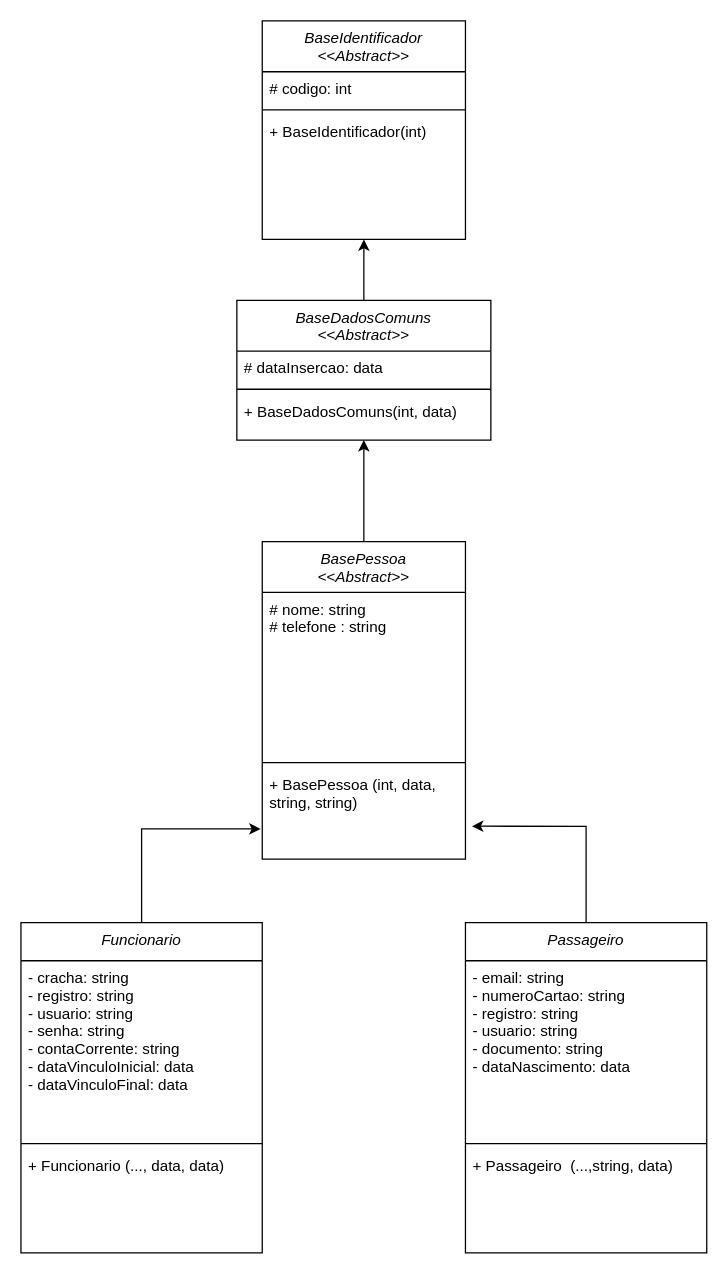
Earlier version of the draw.io diagram DIAGRAMA ATIVIDADE 04.drawio (LipeCoelho21/atividade-04). Source tidied: cells renumbered, new cells numbered last; positions are measured from the earlier drawing's top-left corner, leaving out a move shared by most shapes. Both pictures are drawn from the tidied source at 127%, with x=0, y=0 at pixel (20, 20).
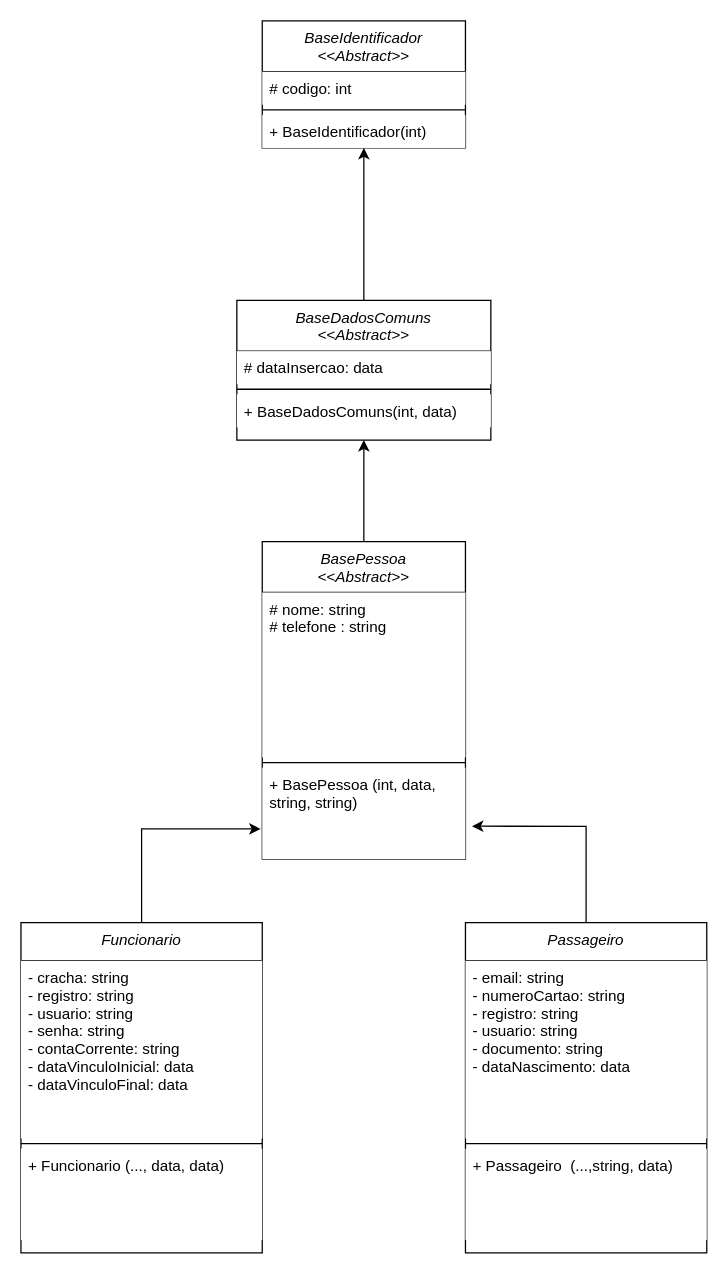
Above is the later version.

The change refers to these unchanged cells:
```xml
<mxCell id="12" value="BasePessoa&#10;&lt;&lt;Abstract&gt;&gt;" style="swimlane;fontStyle=2;align=center;verticalAlign=top;horizontal=1;startSize=40;rounded=0;shadow=0;strokeWidth=1;" parent="1" vertex="1">
  <mxGeometry x="190" y="410" width="160" height="250" as="geometry" />
</mxCell>
<mxCell id="17" value="Funcionario" style="swimlane;fontStyle=2;align=center;verticalAlign=top;horizontal=1;startSize=30;rounded=0;shadow=0;strokeWidth=1;" parent="1" vertex="1">
  <mxGeometry y="710" width="190" height="260" as="geometry" />
</mxCell>
<mxCell id="22" value="Passageiro" style="swimlane;fontStyle=2;align=center;verticalAlign=top;horizontal=1;startSize=30;rounded=0;shadow=0;strokeWidth=1;" parent="1" vertex="1">
  <mxGeometry x="350" y="710" width="190" height="260" as="geometry" />
</mxCell>
```

Diff of the diagram source:
```diff
@@
-    <mxCell id="2" value="BaseIdentificador&#10;&lt;&lt;Abstract&gt;&gt;" style="swimlane;fontStyle=2;align=center;verticalAlign=top;horizontal=1;startSize=40;rounded=0;shadow=0;strokeWidth=1;" parent="1" vertex="1">
-      <mxGeometry x="190" width="160" height="172" as="geometry" />
+    <mxCell id="2" value="BaseIdentificador&#10;&lt;&lt;Abstract&gt;&gt;" style="swimlane;fontStyle=2;align=center;verticalAlign=top;horizontal=1;startSize=40;rounded=0;shadow=0;strokeWidth=1;fillColor=default;strokeColor=default;fillStyle=solid;" parent="1" vertex="1">
+      <mxGeometry x="190" width="160" height="100" as="geometry" />
     </mxCell>
-    <mxCell id="3" value="# codigo: int" style="text;align=left;verticalAlign=top;spacingLeft=4;spacingRight=4;overflow=hidden;" parent="2" vertex="1">
+    <mxCell id="3" value="# codigo: int" style="text;align=left;verticalAlign=top;spacingLeft=4;spacingRight=4;overflow=hidden;fillColor=default;strokeColor=none;fillStyle=solid;" parent="2" vertex="1">
       <mxGeometry y="40" width="160" height="26" as="geometry" />
     </mxCell>
-    <mxCell id="4" style="line;html=1;strokeWidth=1;align=left;verticalAlign=middle;spacingTop=-1;spacingLeft=3;spacingRight=3;labelPosition=right;" parent="2" vertex="1">
+    <mxCell id="4" style="line;html=1;strokeWidth=1;align=left;verticalAlign=middle;spacingTop=-1;spacingLeft=3;spacingRight=3;labelPosition=right;fillColor=default;strokeColor=default;fillStyle=solid;" parent="2" vertex="1">
       <mxGeometry y="66" width="160" height="8" as="geometry" />
     </mxCell>
-    <mxCell id="5" value="+ BaseIdentificador(int)" style="text;align=left;verticalAlign=top;spacingLeft=4;spacingRight=4;overflow=hidden;" parent="2" vertex="1">
+    <mxCell id="5" value="+ BaseIdentificador(int)" style="text;align=left;verticalAlign=top;spacingLeft=4;spacingRight=4;overflow=hidden;fillColor=default;strokeColor=none;fillStyle=solid;" parent="2" vertex="1">
       <mxGeometry y="74" width="160" height="26" as="geometry" />
     </mxCell>
@@
-    <mxCell id="7" value="BaseDadosComuns&#10;&lt;&lt;Abstract&gt;&gt;" style="swimlane;fontStyle=2;align=center;verticalAlign=top;horizontal=1;startSize=40;rounded=0;shadow=0;strokeWidth=1;" parent="1" vertex="1">
+    <mxCell id="7" value="BaseDadosComuns&#10;&lt;&lt;Abstract&gt;&gt;" style="swimlane;fontStyle=2;align=center;verticalAlign=top;horizontal=1;startSize=40;rounded=0;shadow=0;strokeWidth=1;fillColor=default;strokeColor=default;swimlaneLine=1;perimeterSpacing=0;" parent="1" vertex="1">
       <mxGeometry x="170" y="220" width="200" height="110" as="geometry" />
     </mxCell>
-    <mxCell id="8" value="# dataInsercao: data&#10;" style="text;align=left;verticalAlign=top;spacingLeft=4;spacingRight=4;overflow=hidden;" parent="7" vertex="1">
+    <mxCell id="8" value="# dataInsercao: data&#10;" style="text;align=left;verticalAlign=top;spacingLeft=4;spacingRight=4;overflow=hidden;fillColor=default;strokeColor=none;" parent="7" vertex="1">
       <mxGeometry y="40" width="200" height="26" as="geometry" />
     </mxCell>
-    <mxCell id="9" style="line;html=1;strokeWidth=1;align=left;verticalAlign=middle;spacingTop=-1;spacingLeft=3;spacingRight=3;labelPosition=right;" parent="7" vertex="1">
+    <mxCell id="9" style="line;html=1;strokeWidth=1;align=left;verticalAlign=middle;spacingTop=-1;spacingLeft=3;spacingRight=3;labelPosition=right;fillColor=default;strokeColor=#000000;" parent="7" vertex="1">
       <mxGeometry y="66" width="200" height="8" as="geometry" />
     </mxCell>
-    <mxCell id="10" value="+ BaseDadosComuns(int, data)" style="text;align=left;verticalAlign=top;spacingLeft=4;spacingRight=4;overflow=hidden;" parent="7" vertex="1">
+    <mxCell id="10" value="+ BaseDadosComuns(int, data)" style="text;align=left;verticalAlign=top;spacingLeft=4;spacingRight=4;overflow=hidden;fillColor=default;strokeColor=none;" parent="7" vertex="1">
       <mxGeometry y="74" width="200" height="26" as="geometry" />
     </mxCell>
@@
-    <mxCell id="13" value="# nome: string&#10;# telefone : string&#10;&#10;&#10;" style="text;align=left;verticalAlign=top;spacingLeft=4;spacingRight=4;overflow=hidden;" parent="12" vertex="1">
+    <mxCell id="13" value="# nome: string&#10;# telefone : string&#10;&#10;&#10;" style="text;align=left;verticalAlign=top;spacingLeft=4;spacingRight=4;overflow=hidden;fillColor=default;" parent="12" vertex="1">
       <mxGeometry y="40" width="160" height="130" as="geometry" />
     </mxCell>
@@
-    <mxCell id="15" value="+ BasePessoa (int, data, &#10;string, string)" style="text;align=left;verticalAlign=top;spacingLeft=4;spacingRight=4;overflow=hidden;points=[[0,0.5],[1,0.5]];portConstraint=eastwest;" parent="12" vertex="1">
+    <mxCell id="15" value="+ BasePessoa (int, data, &#10;string, string)" style="text;align=left;verticalAlign=top;spacingLeft=4;spacingRight=4;overflow=hidden;points=[[0,0.5],[1,0.5]];portConstraint=eastwest;fillColor=default;" parent="12" vertex="1">
       <mxGeometry y="178" width="160" height="72" as="geometry" />
     </mxCell>
@@
-    <mxCell id="18" value="- cracha: string&#10;- registro: string&#10;- usuario: string&#10;- senha: string&#10;- contaCorrente: string&#10;- dataVinculoInicial: data&#10;- dataVinculoFinal: data&#10;" style="text;align=left;verticalAlign=top;spacingLeft=4;spacingRight=4;overflow=hidden;" parent="17" vertex="1">
+    <mxCell id="18" value="- cracha: string&#10;- registro: string&#10;- usuario: string&#10;- senha: string&#10;- contaCorrente: string&#10;- dataVinculoInicial: data&#10;- dataVinculoFinal: data&#10;" style="text;align=left;verticalAlign=top;spacingLeft=4;spacingRight=4;overflow=hidden;fillColor=default;" parent="17" vertex="1">
       <mxGeometry y="30" width="190" height="140" as="geometry" />
     </mxCell>
@@
-    <mxCell id="20" value="+ Funcionario (..., data, data)" style="text;align=left;verticalAlign=top;spacingLeft=4;spacingRight=4;overflow=hidden;" parent="17" vertex="1">
+    <mxCell id="20" value="+ Funcionario (..., data, data)" style="text;align=left;verticalAlign=top;spacingLeft=4;spacingRight=4;overflow=hidden;fillColor=default;fillStyle=auto;" parent="17" vertex="1">
       <mxGeometry y="178" width="190" height="72" as="geometry" />
     </mxCell>
@@
-    <mxCell id="23" value="- email: string&#10;- numeroCartao: string&#10;- registro: string&#10;- usuario: string&#10;- documento: string&#10;- dataNascimento: data&#10;" style="text;align=left;verticalAlign=top;spacingLeft=4;spacingRight=4;overflow=hidden;" parent="22" vertex="1">
+    <mxCell id="23" value="- email: string&#10;- numeroCartao: string&#10;- registro: string&#10;- usuario: string&#10;- documento: string&#10;- dataNascimento: data&#10;" style="text;align=left;verticalAlign=top;spacingLeft=4;spacingRight=4;overflow=hidden;fillColor=default;" parent="22" vertex="1">
       <mxGeometry y="30" width="190" height="140" as="geometry" />
     </mxCell>
@@
-    <mxCell id="25" value="+ Passageiro  (...,string, data)" style="text;align=left;verticalAlign=top;spacingLeft=4;spacingRight=4;overflow=hidden;" parent="22" vertex="1">
+    <mxCell id="25" value="+ Passageiro  (...,string, data)" style="text;align=left;verticalAlign=top;spacingLeft=4;spacingRight=4;overflow=hidden;fillColor=default;" parent="22" vertex="1">
       <mxGeometry y="178" width="190" height="72" as="geometry" />
     </mxCell>
```
